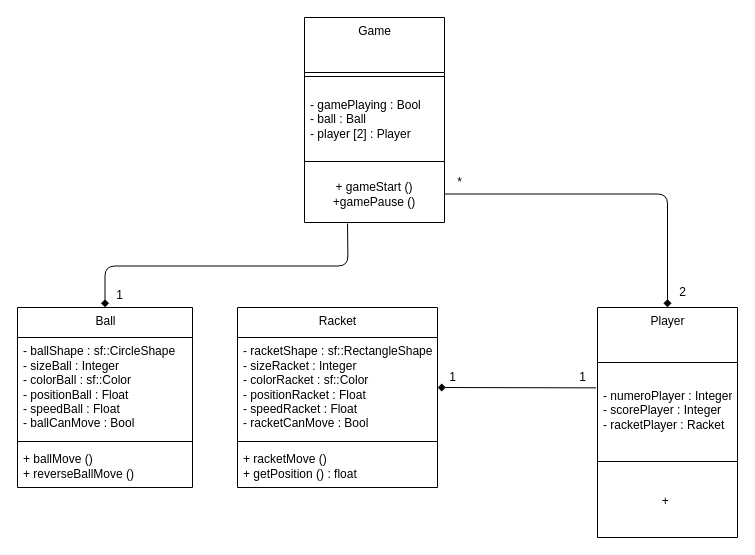
Before: class_diagram.drawio in AraaCraft/sfml-project, a draw.io diagram. Source tidied: cells renumbered, new cells numbered last; positions are measured from the earlier drawing's top-left corner, leaving out a move shared by most shapes. Both pictures are drawn from the tidied source at 100%, with x=0, y=0 at pixel (17, 17).
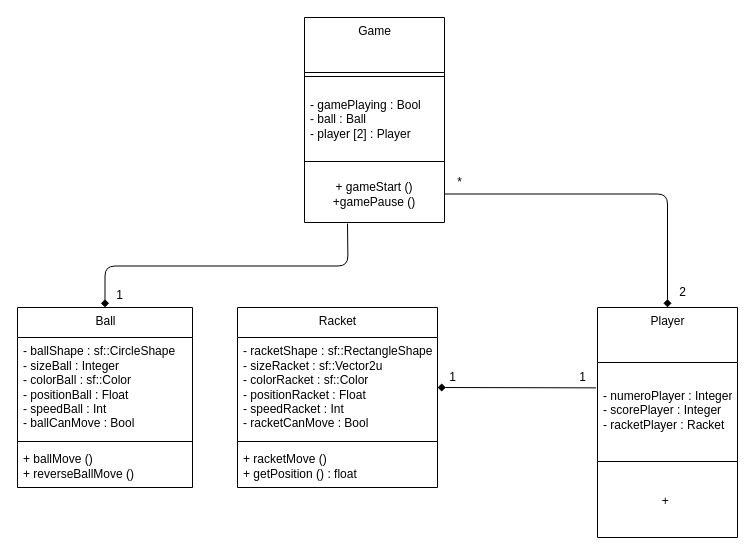
Above is the later version.

The change refers to these unchanged cells:
```xml
<mxCell id="3" value="Ball" style="swimlane;fontStyle=0;align=center;verticalAlign=top;horizontal=1;startSize=30;html=1;" parent="1" vertex="1">
  <mxGeometry y="290" width="175" height="180" as="geometry" />
</mxCell>
<mxCell id="7" value="Racket" style="swimlane;fontStyle=0;align=center;verticalAlign=top;horizontal=1;startSize=30;html=1;" parent="1" vertex="1">
  <mxGeometry x="220" y="290" width="200" height="180" as="geometry" />
</mxCell>
```

Change to the diagram source:
```diff
@@
-    <mxCell id="4" value="- ballShape : sf::CircleShape&lt;br&gt;- sizeBall : Integer&lt;br&gt;- colorBall : sf::Color&lt;br&gt;- positionBall : Float&lt;br&gt;- speedBall : Float&lt;br&gt;- ballCanMove : Bool&amp;nbsp;" style="text;html=1;strokeColor=none;fillColor=none;align=left;verticalAlign=middle;spacingLeft=4;spacingRight=4;overflow=hidden;" parent="3" vertex="1">
+    <mxCell id="4" value="- ballShape : sf::CircleShape&lt;br&gt;- sizeBall : Integer&lt;br&gt;- colorBall : sf::Color&lt;br&gt;- positionBall : Float&lt;br&gt;- speedBall : Int&lt;br&gt;- ballCanMove : Bool&amp;nbsp;" style="text;html=1;strokeColor=none;fillColor=none;align=left;verticalAlign=middle;spacingLeft=4;spacingRight=4;overflow=hidden;" parent="3" vertex="1">
       <mxGeometry y="30" width="175" height="100" as="geometry" />
     </mxCell>
@@
-    <mxCell id="8" value="- racketShape : sf::RectangleShape&lt;br&gt;- sizeRacket : Integer&lt;br&gt;- colorRacket : sf::Color&lt;br&gt;- positionRacket : Float&lt;br&gt;- speedRacket : Float&lt;br&gt;- racketCanMove : Bool&amp;nbsp;" style="text;html=1;strokeColor=none;fillColor=none;align=left;verticalAlign=middle;spacingLeft=4;spacingRight=4;overflow=hidden;points=[[0,0.5],[1,0.5]];portConstraint=eastwest;" parent="7" vertex="1">
+    <mxCell id="8" value="- racketShape : sf::RectangleShape&lt;br&gt;- sizeRacket : sf::Vector2u&lt;br&gt;- colorRacket : sf::Color&lt;br&gt;- positionRacket : Float&lt;br&gt;- speedRacket : Int&lt;br&gt;- racketCanMove : Bool&amp;nbsp;" style="text;html=1;strokeColor=none;fillColor=none;align=left;verticalAlign=middle;spacingLeft=4;spacingRight=4;overflow=hidden;points=[[0,0.5],[1,0.5]];portConstraint=eastwest;" parent="7" vertex="1">
       <mxGeometry y="30" width="200" height="100" as="geometry" />
     </mxCell>
```
